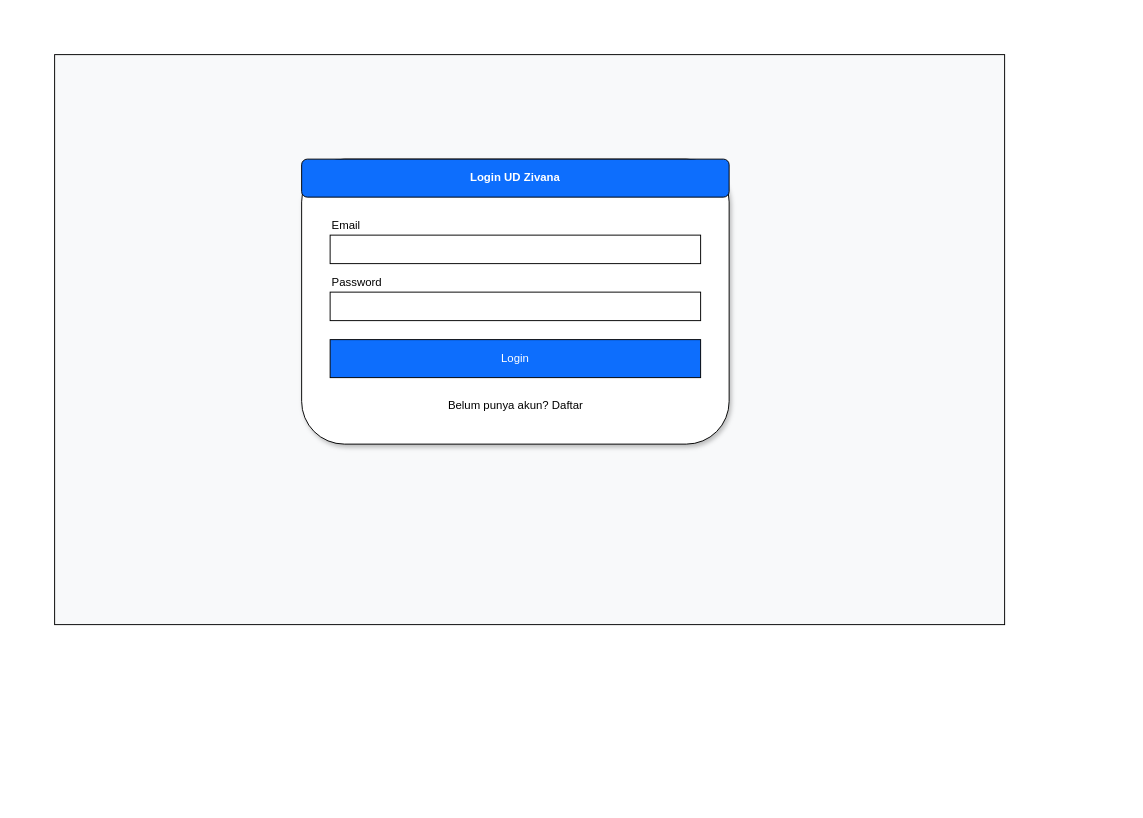
RajaSunrise/ud_zivana keeps this draw.io diagram as diagram/desain/login.drawio. Above is the earlier version. Source tidied: cells renumbered, new cells numbered last; positions are measured from the earlier drawing's top-left corner, leaving out a move shared by most shapes. Both pictures are drawn from the tidied source at 95%, with x=0, y=0 at pixel (54, 54).
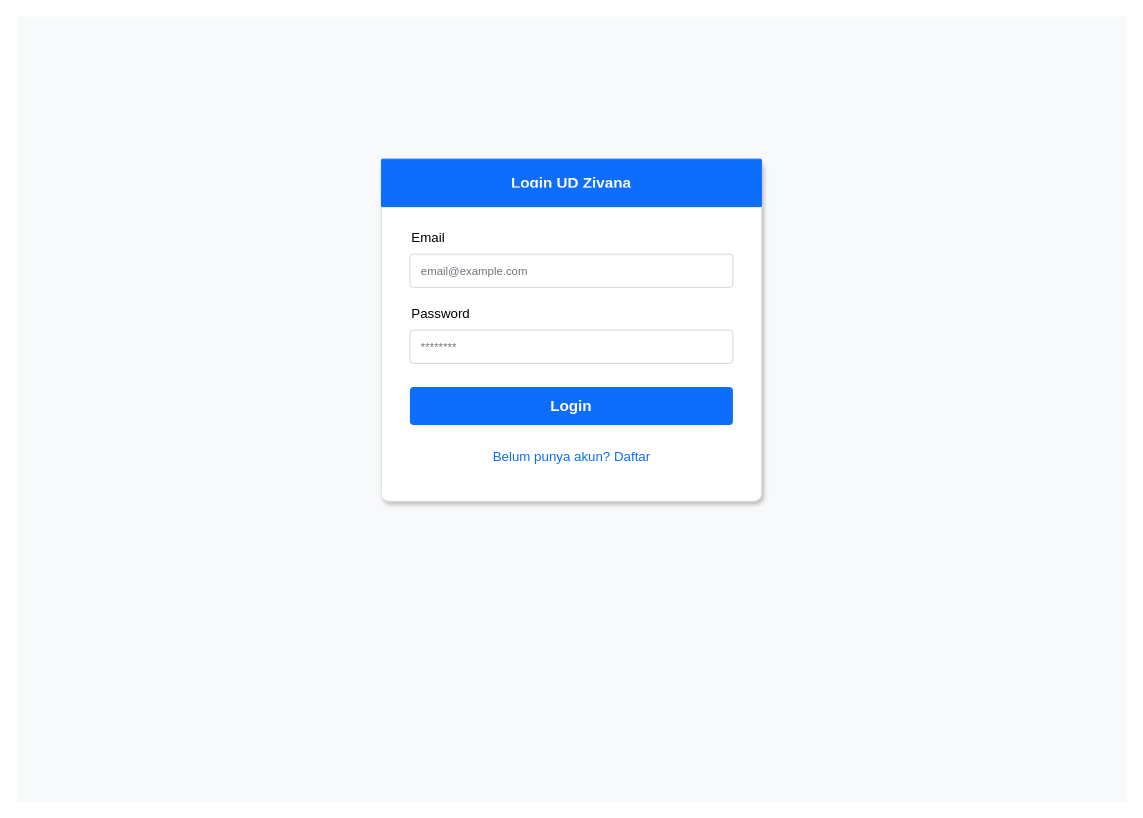
Above is the later version.

Change to the diagram source:
```diff
@@
 <mxGraphModel>
   <root>
     <mxCell id="0" />
     <mxCell id="1" parent="0" />
-    <mxCell id="2" style="rounded=0;whiteSpace=wrap;html=1;fillColor=#f8f9fa;" parent="1" vertex="1">
-      <mxGeometry width="1000" height="600" as="geometry" />
+    <mxCell id="2" style="rounded=0;whiteSpace=wrap;html=1;fillColor=#f8f9fa;strokeColor=none;" parent="1" vertex="1">
+      <mxGeometry x="-40" y="-40" width="1169" height="827" as="geometry" />
     </mxCell>
-    <mxCell id="3" style="rounded=1;whiteSpace=wrap;html=1;fillColor=#ffffff;shadow=1;" parent="1" vertex="1">
-      <mxGeometry x="260" y="110" width="450" height="300" as="geometry" />
+    <mxCell id="3" style="rounded=1;arcSize=2;whiteSpace=wrap;html=1;fillColor=#ffffff;shadow=1;strokeColor=#dee2e6;" parent="1" vertex="1">
+      <mxGeometry x="344" y="110" width="400" height="360" as="geometry" />
     </mxCell>
-    <mxCell id="4" value="Login UD Zivana" style="rounded=1;whiteSpace=wrap;html=1;fillColor=#0d6efd;fontColor=#ffffff;fontStyle=1;" parent="1" vertex="1">
-      <mxGeometry x="260" y="110" width="450" height="40" as="geometry" />
+    <mxCell id="4" value="Login UD Zivana" style="rounded=1;arcSize=2;whiteSpace=wrap;html=1;fillColor=#0d6efd;fontColor=#ffffff;fontStyle=1;fontSize=16;align=center;verticalAlign=middle;strokeColor=#0d6efd;" parent="1" vertex="1">
+      <mxGeometry x="344" y="110" width="400" height="50" as="geometry" />
     </mxCell>
+    <mxCell id="11" style="rounded=0;whiteSpace=wrap;html=1;fillColor=#0d6efd;strokeColor=none;" parent="1" vertex="1">
+      <mxGeometry x="344" y="140" width="400" height="20" as="geometry" />
+    </mxCell>
-    <mxCell id="5" value="Email" style="text;html=1;strokeColor=none;fillColor=none;align=left;verticalAlign=middle;" parent="1" vertex="1">
-      <mxGeometry x="290" y="170" width="100" height="20" as="geometry" />
+    <mxCell id="5" value="Email" style="text;html=1;strokeColor=none;fillColor=none;align=left;verticalAlign=middle;fontSize=14;" parent="1" vertex="1">
+      <mxGeometry x="374" y="180" width="340" height="25" as="geometry" />
     </mxCell>
-    <mxCell id="6" style="rounded=0;whiteSpace=wrap;html=1;" parent="1" vertex="1">
-      <mxGeometry x="290" y="190" width="390" height="30" as="geometry" />
+    <mxCell id="6" value="email@example.com" style="rounded=1;arcSize=10;whiteSpace=wrap;html=1;fillColor=#ffffff;strokeColor=#ced4da;align=left;spacingLeft=10;fontColor=#6c757d;" parent="1" vertex="1">
+      <mxGeometry x="374" y="210" width="340" height="35" as="geometry" />
     </mxCell>
-    <mxCell id="7" value="Password" style="text;html=1;strokeColor=none;fillColor=none;align=left;verticalAlign=middle;" parent="1" vertex="1">
-      <mxGeometry x="290" y="230" width="100" height="20" as="geometry" />
+    <mxCell id="7" value="Password" style="text;html=1;strokeColor=none;fillColor=none;align=left;verticalAlign=middle;fontSize=14;" parent="1" vertex="1">
+      <mxGeometry x="374" y="260" width="340" height="25" as="geometry" />
     </mxCell>
-    <mxCell id="8" style="rounded=0;whiteSpace=wrap;html=1;" parent="1" vertex="1">
-      <mxGeometry x="290" y="250" width="390" height="30" as="geometry" />
+    <mxCell id="8" value="********" style="rounded=1;arcSize=10;whiteSpace=wrap;html=1;fillColor=#ffffff;strokeColor=#ced4da;align=left;spacingLeft=10;fontColor=#6c757d;" parent="1" vertex="1">
+      <mxGeometry x="374" y="290" width="340" height="35" as="geometry" />
     </mxCell>
-    <mxCell id="9" value="Login" style="rounded=0;whiteSpace=wrap;html=1;fillColor=#0d6efd;fontColor=#ffffff;" parent="1" vertex="1">
-      <mxGeometry x="290" y="300" width="390" height="40" as="geometry" />
+    <mxCell id="9" value="Login" style="rounded=1;arcSize=10;whiteSpace=wrap;html=1;fillColor=#0d6efd;fontColor=#ffffff;strokeColor=none;fontStyle=1;fontSize=16;" parent="1" vertex="1">
+      <mxGeometry x="374" y="350" width="340" height="40" as="geometry" />
     </mxCell>
-    <mxCell id="10" value="Belum punya akun? Daftar" style="text;html=1;strokeColor=none;fillColor=none;align=center;verticalAlign=middle;" parent="1" vertex="1">
-      <mxGeometry x="290" y="360" width="390" height="20" as="geometry" />
+    <mxCell id="10" value="Belum punya akun? Daftar" style="text;html=1;strokeColor=none;fillColor=none;align=center;verticalAlign=middle;fontSize=14;fontColor=#0d6efd;" parent="1" vertex="1">
+      <mxGeometry x="374" y="410" width="340" height="25" as="geometry" />
     </mxCell>
   </root>
 </mxGraphModel>
```
